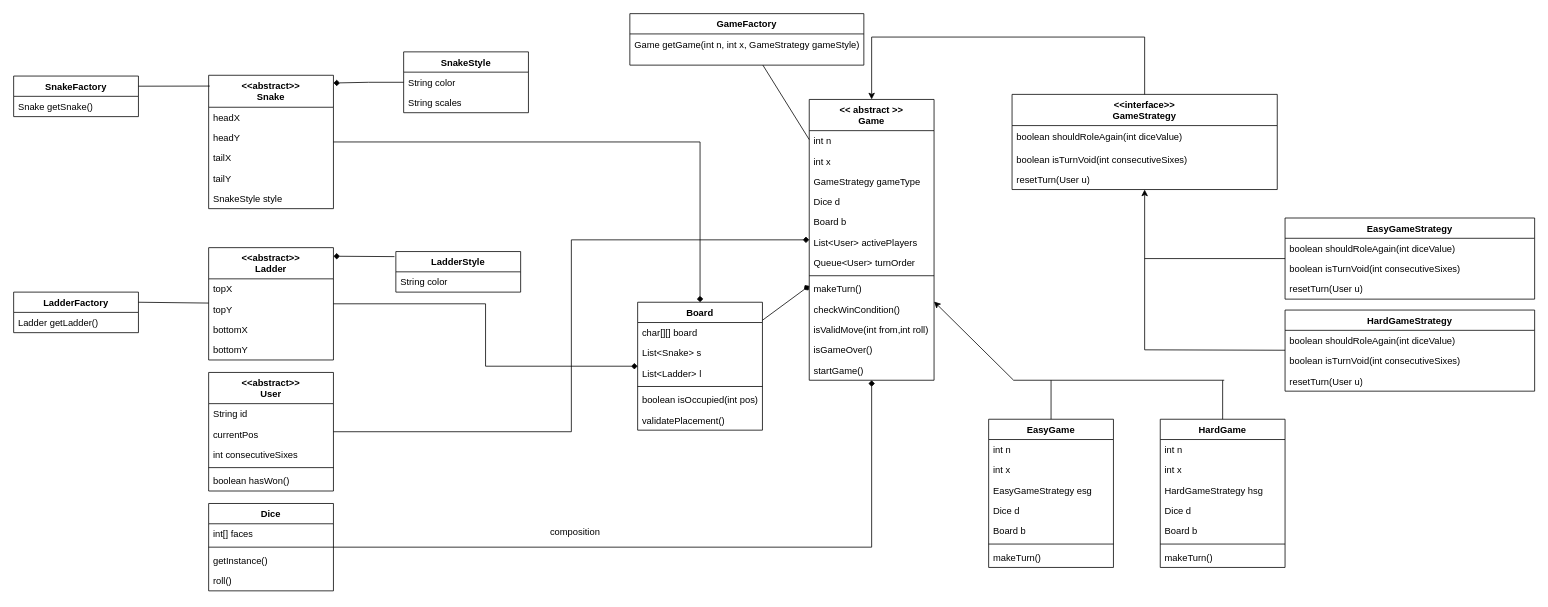
akshat-code21/snakes_ladders keeps this draw.io diagram as page "Page-1" (1 of 2) of Snakes_Ladders_LLD.drawio. Above is the earlier version. Source tidied: cells renumbered, new cells numbered last; positions are measured from the earlier drawing's top-left corner, leaving out a move shared by most shapes. Both pictures are drawn from the tidied source at 78%, with x=0, y=0 at pixel (13, 13).
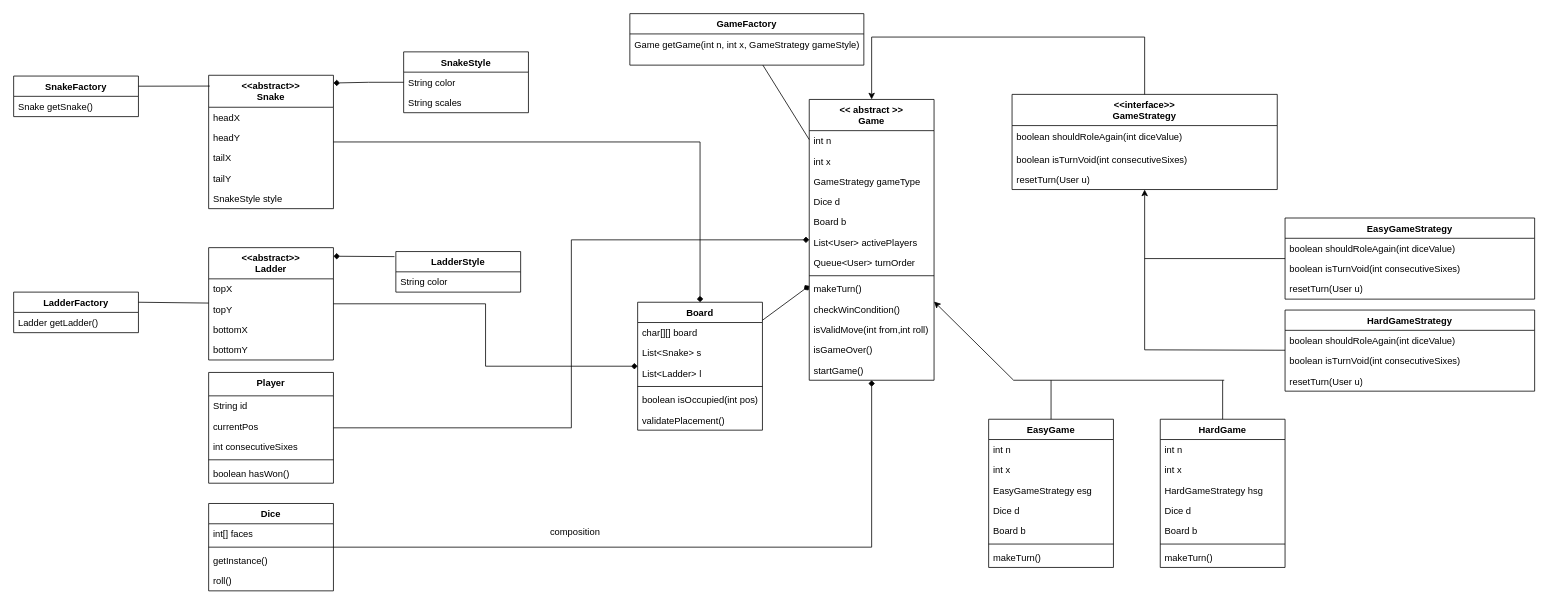
The same diagram, later.

Change to the diagram source:
```diff
@@
-    <mxCell id="90" value="&lt;div&gt;&amp;lt;&amp;lt;abstract&amp;gt;&amp;gt;&lt;/div&gt;User" style="swimlane;fontStyle=1;align=center;verticalAlign=top;horizontal=1;startSize=40;whiteSpace=wrap;html=1;" parent="1" vertex="1">
-      <mxGeometry x="250" y="460" width="160" height="152" as="geometry" />
+    <mxCell id="90" value="&lt;div&gt;&lt;span style=&quot;background-color: transparent; color: light-dark(rgb(0, 0, 0), rgb(255, 255, 255));&quot;&gt;Player&lt;/span&gt;&lt;/div&gt;" style="swimlane;fontStyle=1;align=center;verticalAlign=top;horizontal=1;startSize=30;whiteSpace=wrap;html=1;" parent="1" vertex="1">
+      <mxGeometry x="250" y="460" width="160" height="142" as="geometry" />
     </mxCell>
     <mxCell id="91" value="String id" style="text;strokeColor=none;fillColor=none;align=left;verticalAlign=top;spacingLeft=4;spacingRight=4;overflow=hidden;whiteSpace=wrap;html=1;" parent="90" vertex="1">
-      <mxGeometry y="40" width="160" height="26" as="geometry" />
+      <mxGeometry y="30" width="160" height="26" as="geometry" />
     </mxCell>
     <mxCell id="92" value="currentPos" style="text;strokeColor=none;fillColor=none;align=left;verticalAlign=top;spacingLeft=4;spacingRight=4;overflow=hidden;whiteSpace=wrap;html=1;" parent="90" vertex="1">
-      <mxGeometry y="66" width="160" height="26" as="geometry" />
+      <mxGeometry y="56" width="160" height="26" as="geometry" />
     </mxCell>
     <mxCell id="93" value="int consecutiveSixes" style="text;strokeColor=none;fillColor=none;align=left;verticalAlign=top;spacingLeft=4;spacingRight=4;overflow=hidden;whiteSpace=wrap;html=1;" parent="90" vertex="1">
-      <mxGeometry y="92" width="160" height="26" as="geometry" />
+      <mxGeometry y="82" width="160" height="26" as="geometry" />
     </mxCell>
     <mxCell id="94" style="line;strokeWidth=1;fillColor=none;align=left;verticalAlign=middle;spacingTop=-1;spacingLeft=3;spacingRight=3;labelPosition=right;strokeColor=inherit;" parent="90" vertex="1">
-      <mxGeometry y="118" width="160" height="8" as="geometry" />
+      <mxGeometry y="108" width="160" height="8" as="geometry" />
     </mxCell>
     <mxCell id="95" value="boolean hasWon()" style="text;strokeColor=none;fillColor=none;align=left;verticalAlign=top;spacingLeft=4;spacingRight=4;overflow=hidden;whiteSpace=wrap;html=1;" parent="90" vertex="1">
-      <mxGeometry y="126" width="160" height="26" as="geometry" />
+      <mxGeometry y="116" width="160" height="26" as="geometry" />
     </mxCell>
```
